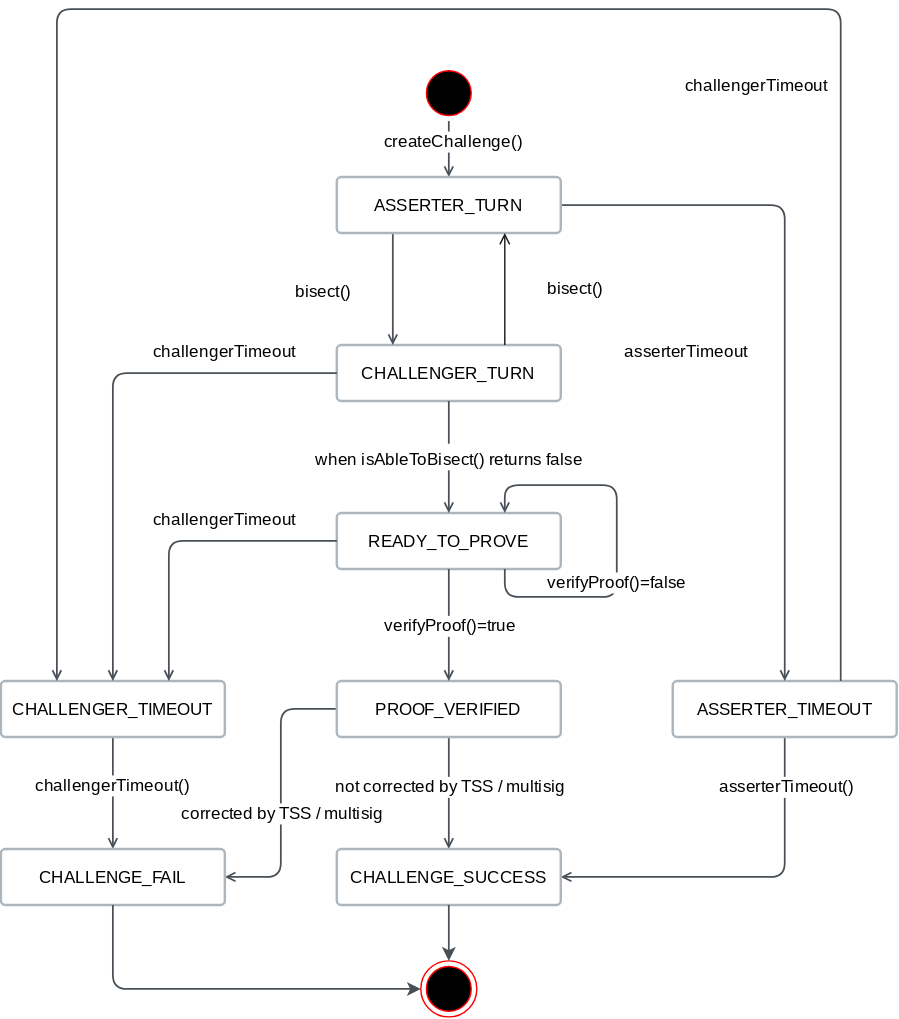
The draw.io diagram specs/assets/colosseum-state-diagram.svg in kroma-network/kroma, before a commit. Source tidied: cells renumbered, new cells last; positions are measured from the earlier drawing's top-left corner, leaving out a move shared by most shapes.
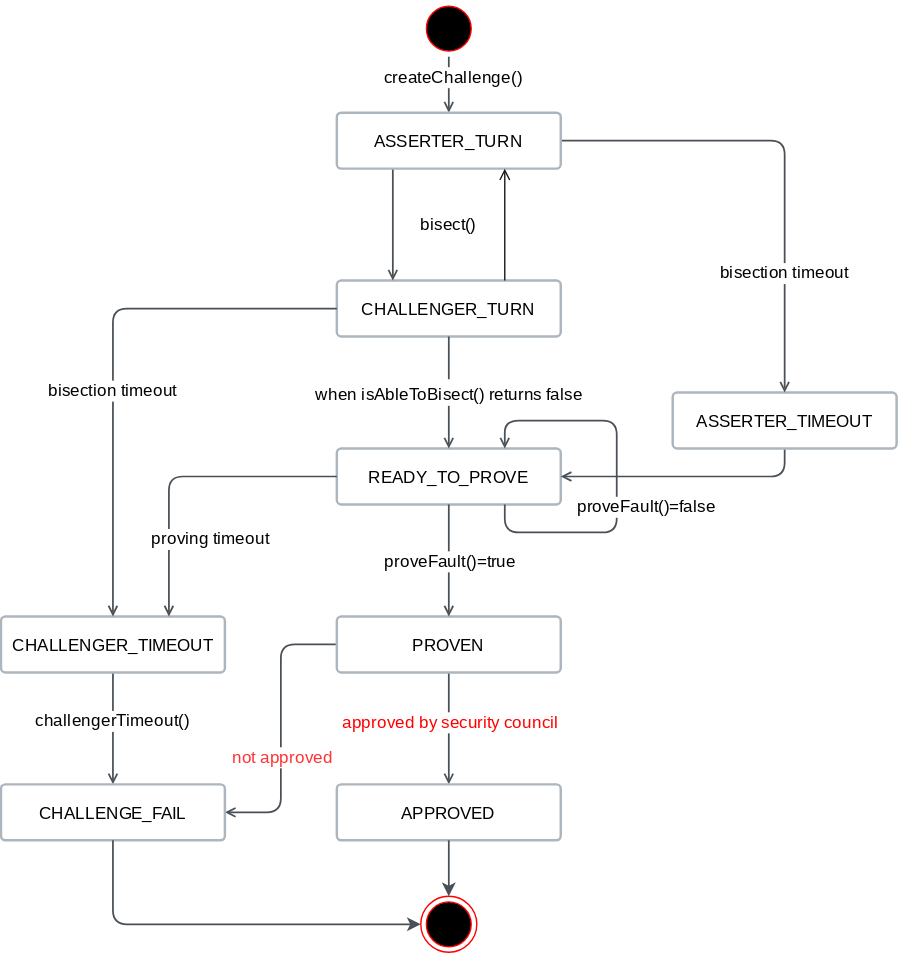
Above is the later version.

The edit, as a diff of the source:
```diff
@@ -8,7 +8,7 @@
     <mxCell id="3" style="edgeStyle=orthogonalEdgeStyle;rounded=1;jettySize=auto;html=1;exitX=0.5;exitY=1;exitDx=0;exitDy=0;fontSize=16;fontFamily=Inter;strokeColor=#495057;hachureGap=4;fontSource=https%3A%2F%2Ffonts.googleapis.com%2Fcss%3Ffamily%3DInter;sourcePerimeterSpacing=0;targetPerimeterSpacing=0;strokeWidth=1.25;endFill=0;endSize=5;startSize=5;startArrow=none;startFill=0;endArrow=open;shadow=0;" parent="1" edge="1" source="6" target="23">
       <mxGeometry relative="1" as="geometry" />
     </mxCell>
-    <mxCell id="4" value="&lt;span style=&quot;font-size: 12px;&quot;&gt;not corrected by TSS / multisig&lt;/span&gt;" style="edgeLabel;html=1;align=center;verticalAlign=middle;fontFamily=Inter;fontSource=https%3A%2F%2Ffonts.googleapis.com%2Fcss%3Ffamily%3DInter;" parent="3" vertex="1">
+    <mxCell id="4" value="&lt;span style=&quot;font-size: 12px;&quot;&gt;&lt;font color=&quot;#ff0000&quot;&gt;approved by security council&lt;/font&gt;&lt;/span&gt;" style="edgeLabel;html=1;align=center;verticalAlign=middle;fontFamily=Inter;fontSource=https%3A%2F%2Ffonts.googleapis.com%2Fcss%3Ffamily%3DInter;" parent="3" vertex="1">
       <mxGeometry x="-0.2" y="3" relative="1" as="geometry">
         <mxPoint x="-3" y="3" as="offset" />
       </mxGeometry>
@@ -16,7 +16,7 @@
     <mxCell id="5" style="edgeStyle=orthogonalEdgeStyle;rounded=1;hachureGap=4;jettySize=auto;html=1;entryX=1;entryY=0.5;entryDx=0;entryDy=0;fontFamily=Inter;fontSource=https%3A%2F%2Ffonts.googleapis.com%2Fcss%3Ffamily%3DInter;fontSize=16;endArrow=open;strokeColor=#495057;startSize=5;endSize=5;sourcePerimeterSpacing=0;targetPerimeterSpacing=0;strokeWidth=1.25;endFill=0;startArrow=none;startFill=0;shadow=0;" parent="1" edge="1" source="6" target="34">
       <mxGeometry relative="1" as="geometry" />
     </mxCell>
-    <mxCell id="6" value="&lt;p style=&quot;line-height: 100%; font-size: 12px;&quot;&gt;PROOF_VERIFIED&lt;br style=&quot;font-size: 12px;&quot;&gt;&lt;/p&gt;" style="rounded=1;whiteSpace=wrap;html=1;fontSize=12;fontFamily=Inter;fillColor=#FFFFFF;strokeColor=#ADB5BD;hachureGap=4;fontSource=https%3A%2F%2Ffonts.googleapis.com%2Fcss%3Ffamily%3DInter;arcSize=8;shadow=0;glass=0;spacing=0;strokeWidth=1.75;spacingTop=0;" parent="1" vertex="1">
+    <mxCell id="6" value="&lt;p style=&quot;line-height: 100%; font-size: 12px;&quot;&gt;PROVEN&lt;/p&gt;" style="rounded=1;whiteSpace=wrap;html=1;fontSize=12;fontFamily=Inter;fillColor=#FFFFFF;strokeColor=#ADB5BD;hachureGap=4;fontSource=https%3A%2F%2Ffonts.googleapis.com%2Fcss%3Ffamily%3DInter;arcSize=8;shadow=0;glass=0;spacing=0;strokeWidth=1.75;spacingTop=0;" parent="1" vertex="1">
       <mxGeometry x="240" y="480" width="160" height="40" as="geometry" />
     </mxCell>
     <mxCell id="7" style="edgeStyle=orthogonalEdgeStyle;rounded=1;jettySize=auto;html=1;exitX=0.5;exitY=1;exitDx=0;exitDy=0;fontSize=16;fontFamily=Inter;strokeColor=#495057;hachureGap=4;fontSource=https%3A%2F%2Ffonts.googleapis.com%2Fcss%3Ffamily%3DInter;sourcePerimeterSpacing=0;targetPerimeterSpacing=0;strokeWidth=1.25;endFill=0;endSize=5;startSize=5;startArrow=none;startFill=0;endArrow=open;shadow=0;" parent="1" edge="1" source="8">
@@ -39,19 +39,14 @@
     <mxCell id="12" style="edgeStyle=none;rounded=1;hachureGap=4;jettySize=auto;html=1;fontFamily=Inter;fontSource=https%3A%2F%2Ffonts.googleapis.com%2Fcss%3Ffamily%3DInter;fontSize=16;endArrow=open;startSize=5;endSize=5;sourcePerimeterSpacing=0;targetPerimeterSpacing=0;strokeWidth=1.25;endFill=0;strokeColor=#495057;startArrow=none;startFill=0;entryX=0.5;entryY=0;entryDx=0;entryDy=0;exitX=0.5;exitY=1;exitDx=0;exitDy=0;" parent="1" edge="1" source="2" target="6">
       <mxGeometry relative="1" as="geometry" />
     </mxCell>
-    <mxCell id="13" value="&lt;font style=&quot;font-size: 12px;&quot;&gt;verifyProof()=true&lt;/font&gt;" style="edgeLabel;html=1;align=center;verticalAlign=middle;fontFamily=Inter;fontSource=https%3A%2F%2Ffonts.googleapis.com%2Fcss%3Ffamily%3DInter;" parent="12" vertex="1">
+    <mxCell id="13" value="&lt;font style=&quot;font-size: 12px;&quot;&gt;proveFault()=true&lt;/font&gt;" style="edgeLabel;html=1;align=center;verticalAlign=middle;fontFamily=Inter;fontSource=https%3A%2F%2Ffonts.googleapis.com%2Fcss%3Ffamily%3DInter;" parent="12" vertex="1">
       <mxGeometry relative="1" as="geometry" />
     </mxCell>
-    <mxCell id="14" style="edgeStyle=orthogonalEdgeStyle;rounded=1;hachureGap=4;jettySize=auto;html=1;fontFamily=Inter;fontSource=https%3A%2F%2Ffonts.googleapis.com%2Fcss%3Ffamily%3DInter;fontSize=16;endArrow=open;startSize=5;endSize=5;sourcePerimeterSpacing=0;targetPerimeterSpacing=0;strokeWidth=1.25;endFill=0;strokeColor=#495057;startArrow=none;startFill=0;exitX=0.5;exitY=1;exitDx=0;exitDy=0;entryX=1;entryY=0.5;entryDx=0;entryDy=0;" parent="1" edge="1" source="25" target="23">
+    <mxCell id="14" style="edgeStyle=orthogonalEdgeStyle;rounded=1;hachureGap=4;jettySize=auto;html=1;fontFamily=Inter;fontSource=https%3A%2F%2Ffonts.googleapis.com%2Fcss%3Ffamily%3DInter;fontSize=16;endArrow=open;startSize=5;endSize=5;sourcePerimeterSpacing=0;targetPerimeterSpacing=0;strokeWidth=1.25;endFill=0;strokeColor=#495057;startArrow=none;startFill=0;exitX=0.5;exitY=1;exitDx=0;exitDy=0;entryX=1;entryY=0.5;entryDx=0;entryDy=0;" parent="1" edge="1" source="25" target="2">
       <mxGeometry relative="1" as="geometry" />
     </mxCell>
-    <mxCell id="15" value="&lt;font style=&quot;font-size: 12px;&quot;&gt;asserterTimeout()&lt;/font&gt;" style="edgeLabel;html=1;align=center;verticalAlign=middle;fontSize=12;fontFamily=Inter;fontSource=https%3A%2F%2Ffonts.googleapis.com%2Fcss%3Ffamily%3DInter;" parent="14" vertex="1">
-      <mxGeometry x="-0.53" y="-3" relative="1" as="geometry">
-        <mxPoint x="3" y="-26" as="offset" />
-      </mxGeometry>
-    </mxCell>
-    <mxCell id="16" value="&lt;font style=&quot;font-size: 12px;&quot;&gt;&lt;font&gt;challengerTimeout&lt;/font&gt;&lt;br&gt;&lt;/font&gt;" style="rounded=1;whiteSpace=wrap;html=1;fontSize=12;fontFamily=Inter;hachureGap=4;fontSource=https%3A%2F%2Ffonts.googleapis.com%2Fcss%3Ffamily%3DInter;arcSize=5;shadow=0;glass=0;spacing=0;strokeWidth=1.25;spacingTop=0;strokeColor=none;fillColor=none;labelBackgroundColor=default;" parent="1" vertex="1">
-      <mxGeometry x="100" y="350" width="120" height="30" as="geometry" />
+    <mxCell id="16" value="&lt;font style=&quot;font-size: 12px;&quot;&gt;&lt;font&gt;proving timeout&lt;/font&gt;&lt;br&gt;&lt;/font&gt;" style="rounded=1;whiteSpace=wrap;html=1;fontSize=12;fontFamily=Inter;hachureGap=4;fontSource=https%3A%2F%2Ffonts.googleapis.com%2Fcss%3Ffamily%3DInter;arcSize=5;shadow=0;glass=0;spacing=0;strokeWidth=1.25;spacingTop=0;strokeColor=none;fillColor=none;labelBackgroundColor=default;" parent="1" vertex="1">
+      <mxGeometry x="90" y="410" width="120" height="30" as="geometry" />
     </mxCell>
     <mxCell id="17" style="edgeStyle=orthogonalEdgeStyle;rounded=1;hachureGap=4;orthogonalLoop=1;jettySize=auto;html=1;fontFamily=Inter;fontSource=https%3A%2F%2Ffonts.googleapis.com%2Fcss%3Ffamily%3DInter;fontSize=16;endArrow=open;startSize=5;endSize=5;sourcePerimeterSpacing=0;targetPerimeterSpacing=0;strokeWidth=1.25;endFill=0;strokeColor=#495057;startArrow=none;startFill=0;exitX=0.75;exitY=1;exitDx=0;exitDy=0;entryX=0.75;entryY=0;entryDx=0;entryDy=0;" parent="1" edge="1" source="2" target="2">
       <mxGeometry relative="1" as="geometry">
@@ -63,8 +58,10 @@
         </Array>
       </mxGeometry>
     </mxCell>
-    <mxCell id="18" value="&lt;font style=&quot;font-size: 12px;&quot;&gt;verifyProof()=false&lt;/font&gt;" style="edgeLabel;html=1;align=center;verticalAlign=middle;fontFamily=Inter;fontSource=https%3A%2F%2Ffonts.googleapis.com%2Fcss%3Ffamily%3DInter;" parent="17" vertex="1">
-      <mxGeometry x="-0.2" y="1" relative="1" as="geometry" />
+    <mxCell id="18" value="&lt;font style=&quot;font-size: 12px;&quot;&gt;proveFault()=false&lt;/font&gt;" style="edgeLabel;html=1;align=center;verticalAlign=middle;fontFamily=Inter;fontSource=https%3A%2F%2Ffonts.googleapis.com%2Fcss%3Ffamily%3DInter;" parent="17" vertex="1">
+      <mxGeometry x="-0.2" y="1" relative="1" as="geometry">
+        <mxPoint x="21" y="-8" as="offset" />
+      </mxGeometry>
     </mxCell>
     <mxCell id="19" style="ellipse;html=1;shape=startState;fillColor=#000000;strokeColor=#ff0000;fontFamily=Inter;fontSource=https%3A%2F%2Ffonts.googleapis.com%2Fcss%3Ffamily%3DInter;" parent="1" vertex="1">
       <mxGeometry x="300" y="40" width="40" height="40" as="geometry" />
@@ -78,14 +75,14 @@
     <mxCell id="22" style="ellipse;html=1;shape=endState;fillColor=#000000;strokeColor=#ff0000;fontFamily=Inter;fontSource=https%3A%2F%2Ffonts.googleapis.com%2Fcss%3Ffamily%3DInter;" parent="1" vertex="1">
       <mxGeometry x="300" y="680" width="40" height="40" as="geometry" />
     </mxCell>
-    <mxCell id="23" value="&lt;p style=&quot;line-height: 100%; font-size: 12px;&quot;&gt;CHALLENGE_SUCCESS&lt;br style=&quot;font-size: 12px;&quot;&gt;&lt;/p&gt;" style="rounded=1;whiteSpace=wrap;html=1;fontSize=12;fontFamily=Inter;fillColor=#FFFFFF;strokeColor=#ADB5BD;hachureGap=4;fontSource=https%3A%2F%2Ffonts.googleapis.com%2Fcss%3Ffamily%3DInter;arcSize=8;shadow=0;glass=0;spacing=0;strokeWidth=1.75;spacingTop=0;" parent="1" vertex="1">
+    <mxCell id="23" value="&lt;p style=&quot;line-height: 100%; font-size: 12px;&quot;&gt;APPROVED&lt;br style=&quot;font-size: 12px;&quot;&gt;&lt;/p&gt;" style="rounded=1;whiteSpace=wrap;html=1;fontSize=12;fontFamily=Inter;fillColor=#FFFFFF;strokeColor=#ADB5BD;hachureGap=4;fontSource=https%3A%2F%2Ffonts.googleapis.com%2Fcss%3Ffamily%3DInter;arcSize=8;shadow=0;glass=0;spacing=0;strokeWidth=1.75;spacingTop=0;" parent="1" vertex="1">
       <mxGeometry x="240" y="600" width="160" height="40" as="geometry" />
     </mxCell>
     <mxCell id="24" style="edgeStyle=orthogonalEdgeStyle;rounded=0;jettySize=auto;html=1;entryX=0.5;entryY=0;entryDx=0;entryDy=0;exitX=0.5;exitY=1;exitDx=0;exitDy=0;strokeColor=#495057;fontSize=16;fontFamily=Inter;hachureGap=4;fontSource=https%3A%2F%2Ffonts.googleapis.com%2Fcss%3Ffamily%3DInter;sourcePerimeterSpacing=0;targetPerimeterSpacing=0;strokeWidth=1.25;endFill=1;endSize=6;startSize=6;startArrow=none;startFill=0;" parent="1" edge="1" source="23" target="22">
       <mxGeometry relative="1" as="geometry" />
     </mxCell>
     <mxCell id="25" value="&lt;p style=&quot;line-height: 100%; font-size: 12px;&quot;&gt;ASSERTER_TIMEOUT&lt;/p&gt;" style="rounded=1;whiteSpace=wrap;html=1;fontSize=12;fontFamily=Inter;fillColor=#FFFFFF;strokeColor=#ADB5BD;hachureGap=4;fontSource=https%3A%2F%2Ffonts.googleapis.com%2Fcss%3Ffamily%3DInter;arcSize=8;shadow=0;glass=0;spacing=0;strokeWidth=1.75;spacingTop=0;" parent="1" vertex="1">
-      <mxGeometry x="480" y="480" width="160" height="40" as="geometry" />
+      <mxGeometry x="480" y="320" width="160" height="40" as="geometry" />
     </mxCell>
     <mxCell id="26" style="edgeStyle=orthogonalEdgeStyle;rounded=1;hachureGap=4;jettySize=auto;html=1;fontFamily=Inter;fontSource=https%3A%2F%2Ffonts.googleapis.com%2Fcss%3Ffamily%3DInter;fontSize=16;endArrow=open;startSize=5;endSize=5;sourcePerimeterSpacing=0;targetPerimeterSpacing=0;strokeWidth=1.25;endFill=0;strokeColor=#495057;startArrow=none;startFill=0;exitX=1;exitY=0.5;exitDx=0;exitDy=0;entryX=0.5;entryY=0;entryDx=0;entryDy=0;" parent="1" edge="1" source="32" target="25">
       <mxGeometry relative="1" as="geometry">
@@ -97,28 +94,17 @@
     <mxCell id="27" value="&lt;font style=&quot;font-size: 12px;&quot;&gt;&lt;font&gt;challengerTimeout()&lt;/font&gt;&lt;br&gt;&lt;/font&gt;" style="rounded=1;whiteSpace=wrap;html=1;fontSize=12;fontFamily=Inter;hachureGap=4;fontSource=https%3A%2F%2Ffonts.googleapis.com%2Fcss%3Ffamily%3DInter;arcSize=5;shadow=0;glass=0;spacing=0;strokeWidth=1.25;spacingTop=0;strokeColor=none;fillColor=none;labelBackgroundColor=default;" parent="1" vertex="1">
       <mxGeometry x="20" y="540" width="120" height="30" as="geometry" />
     </mxCell>
-    <mxCell id="28" value="&lt;font style=&quot;font-size: 12px;&quot;&gt;&lt;font&gt;asserterTimeout&lt;/font&gt;&lt;br&gt;&lt;/font&gt;" style="rounded=1;whiteSpace=wrap;html=1;fontSize=12;fontFamily=Inter;hachureGap=4;fontSource=https%3A%2F%2Ffonts.googleapis.com%2Fcss%3Ffamily%3DInter;arcSize=5;shadow=0;glass=0;spacing=0;strokeWidth=1.25;spacingTop=0;strokeColor=none;fillColor=none;labelBackgroundColor=default;" parent="1" vertex="1">
-      <mxGeometry x="430" y="230" width="120" height="30" as="geometry" />
+    <mxCell id="28" value="&lt;font style=&quot;font-size: 12px;&quot;&gt;&lt;font&gt;bisection timeout&lt;/font&gt;&lt;br&gt;&lt;/font&gt;" style="rounded=1;whiteSpace=wrap;html=1;fontSize=12;fontFamily=Inter;hachureGap=4;fontSource=https%3A%2F%2Ffonts.googleapis.com%2Fcss%3Ffamily%3DInter;arcSize=5;shadow=0;glass=0;spacing=0;strokeWidth=1.25;spacingTop=0;strokeColor=none;fillColor=none;labelBackgroundColor=default;" parent="1" vertex="1">
+      <mxGeometry x="500" y="220" width="120" height="30" as="geometry" />
     </mxCell>
-    <mxCell id="29" style="edgeStyle=orthogonalEdgeStyle;rounded=1;hachureGap=4;jettySize=auto;html=1;fontFamily=Inter;fontSource=https%3A%2F%2Ffonts.googleapis.com%2Fcss%3Ffamily%3DInter;fontSize=16;endArrow=open;startSize=5;endSize=5;sourcePerimeterSpacing=0;targetPerimeterSpacing=0;strokeWidth=1.25;endFill=0;strokeColor=#495057;startArrow=none;startFill=0;exitX=0.75;exitY=0;exitDx=0;exitDy=0;entryX=0.25;entryY=0;entryDx=0;entryDy=0;" parent="1" edge="1" source="25" target="8">
-      <mxGeometry relative="1" as="geometry">
-        <Array as="points">
-          <mxPoint x="600" />
-          <mxPoint x="40" />
-        </Array>
-      </mxGeometry>
-    </mxCell>
-    <mxCell id="30" value="&lt;font style=&quot;font-size: 12px;&quot;&gt;&lt;font&gt;challengerTimeout&lt;/font&gt;&lt;br&gt;&lt;/font&gt;" style="rounded=1;whiteSpace=wrap;html=1;fontSize=12;fontFamily=Inter;hachureGap=4;fontSource=https%3A%2F%2Ffonts.googleapis.com%2Fcss%3Ffamily%3DInter;arcSize=5;shadow=0;glass=0;spacing=0;strokeWidth=1.25;spacingTop=0;strokeColor=none;fillColor=none;labelBackgroundColor=default;" parent="1" vertex="1">
-      <mxGeometry x="480" y="40" width="120" height="30" as="geometry" />
-    </mxCell>
-    <mxCell id="31" value="&lt;font style=&quot;font-size: 12px;&quot;&gt;bisect()&lt;/font&gt;" style="edgeStyle=orthogonalEdgeStyle;rounded=1;jettySize=auto;html=1;exitX=0.25;exitY=1;exitDx=0;exitDy=0;entryX=0.25;entryY=0;entryDx=0;entryDy=0;endArrow=open;endFill=0;fontFamily=Inter;fontSource=https%3A%2F%2Ffonts.googleapis.com%2Fcss%3Ffamily%3DInter;fontSize=16;strokeColor=#495057;hachureGap=4;startSize=5;endSize=5;sourcePerimeterSpacing=0;targetPerimeterSpacing=0;strokeWidth=1.25;startArrow=none;startFill=0;shadow=0;" parent="1" edge="1" source="32" target="10">
-      <mxGeometry y="-50" relative="1" as="geometry" />
+    <mxCell id="31" style="edgeStyle=orthogonalEdgeStyle;rounded=1;jettySize=auto;html=1;exitX=0.25;exitY=1;exitDx=0;exitDy=0;entryX=0.25;entryY=0;entryDx=0;entryDy=0;endArrow=open;endFill=0;fontFamily=Inter;fontSource=https%3A%2F%2Ffonts.googleapis.com%2Fcss%3Ffamily%3DInter;fontSize=16;strokeColor=#495057;hachureGap=4;startSize=5;endSize=5;sourcePerimeterSpacing=0;targetPerimeterSpacing=0;strokeWidth=1.25;startArrow=none;startFill=0;shadow=0;" parent="1" edge="1" source="32" target="10">
+      <mxGeometry relative="1" as="geometry" />
     </mxCell>
     <mxCell id="32" value="&lt;p style=&quot;line-height: 100%; font-size: 12px;&quot;&gt;ASSERTER_TURN&lt;br style=&quot;font-size: 12px;&quot;&gt;&lt;/p&gt;" style="rounded=1;whiteSpace=wrap;html=1;fontSize=12;fontFamily=Inter;fillColor=#FFFFFF;strokeColor=#ADB5BD;hachureGap=4;fontSource=https%3A%2F%2Ffonts.googleapis.com%2Fcss%3Ffamily%3DInter;arcSize=8;shadow=0;glass=0;spacing=0;strokeWidth=1.75;spacingTop=0;flipV=1;" parent="1" vertex="1">
       <mxGeometry x="240" y="120" width="160" height="40" as="geometry" />
     </mxCell>
-    <mxCell id="33" value="bisect()" style="edgeStyle=orthogonalEdgeStyle;rounded=1;jettySize=auto;html=1;exitX=0.75;exitY=0;exitDx=0;exitDy=0;entryX=0.75;entryY=1;entryDx=0;entryDy=0;endArrow=open;endFill=0;fontFamily=Inter;fontSource=https%3A%2F%2Ffonts.googleapis.com%2Fcss%3Ffamily%3DInter;fontSize=12;strokeColor=#191919;" parent="1" edge="1" source="10" target="32">
-      <mxGeometry y="-50" relative="1" as="geometry" />
+    <mxCell id="33" style="edgeStyle=orthogonalEdgeStyle;rounded=1;jettySize=auto;html=1;exitX=0.75;exitY=0;exitDx=0;exitDy=0;entryX=0.75;entryY=1;entryDx=0;entryDy=0;endArrow=open;endFill=0;fontFamily=Inter;fontSource=https%3A%2F%2Ffonts.googleapis.com%2Fcss%3Ffamily%3DInter;fontSize=12;strokeColor=#191919;" parent="1" edge="1" source="10" target="32">
+      <mxGeometry relative="1" as="geometry" />
     </mxCell>
     <mxCell id="34" value="&lt;p style=&quot;line-height: 100%; font-size: 12px;&quot;&gt;CHALLENGE_FAIL&lt;br style=&quot;font-size: 12px;&quot;&gt;&lt;/p&gt;" style="rounded=1;whiteSpace=wrap;html=1;fontSize=12;fontFamily=Inter;fillColor=#FFFFFF;strokeColor=#ADB5BD;hachureGap=4;fontSource=https%3A%2F%2Ffonts.googleapis.com%2Fcss%3Ffamily%3DInter;arcSize=8;shadow=0;glass=0;spacing=0;strokeWidth=1.75;spacingTop=0;" parent="1" vertex="1">
       <mxGeometry y="600" width="160" height="40" as="geometry" />
@@ -129,11 +115,14 @@
     <mxCell id="36" style="edgeStyle=orthogonalEdgeStyle;rounded=1;jettySize=auto;html=1;endArrow=open;fontSize=16;fontFamily=Inter;strokeColor=#495057;hachureGap=4;fontSource=https%3A%2F%2Ffonts.googleapis.com%2Fcss%3Ffamily%3DInter;startSize=5;endSize=5;sourcePerimeterSpacing=0;targetPerimeterSpacing=0;strokeWidth=1.25;endFill=0;startArrow=none;startFill=0;exitX=0;exitY=0.5;exitDx=0;exitDy=0;" parent="1" edge="1" source="10" target="8">
       <mxGeometry relative="1" as="geometry" />
     </mxCell>
-    <mxCell id="37" value="&lt;font style=&quot;font-size: 12px;&quot;&gt;&lt;font&gt;challengerTimeout&lt;/font&gt;&lt;br&gt;&lt;/font&gt;" style="rounded=1;whiteSpace=wrap;html=1;fontSize=12;fontFamily=Inter;hachureGap=4;fontSource=https%3A%2F%2Ffonts.googleapis.com%2Fcss%3Ffamily%3DInter;arcSize=5;shadow=0;glass=0;spacing=0;strokeWidth=1.25;spacingTop=0;strokeColor=none;fillColor=none;labelBackgroundColor=default;" parent="1" vertex="1">
-      <mxGeometry x="100" y="230" width="120" height="30" as="geometry" />
+    <mxCell id="37" value="&lt;font style=&quot;font-size: 12px;&quot;&gt;&lt;font&gt;bisection timeout&lt;/font&gt;&lt;br&gt;&lt;/font&gt;" style="rounded=1;whiteSpace=wrap;html=1;fontSize=12;fontFamily=Inter;hachureGap=4;fontSource=https%3A%2F%2Ffonts.googleapis.com%2Fcss%3Ffamily%3DInter;arcSize=5;shadow=0;glass=0;spacing=0;strokeWidth=1.25;spacingTop=0;strokeColor=none;fillColor=none;labelBackgroundColor=default;" parent="1" vertex="1">
+      <mxGeometry x="20" y="304" width="120" height="30" as="geometry" />
     </mxCell>
-    <mxCell id="38" value="&lt;span style=&quot;font-size: 12px;&quot;&gt;corrected by TSS / multisig&lt;/span&gt;" style="edgeLabel;html=1;align=center;verticalAlign=middle;fontFamily=Inter;fontSource=https%3A%2F%2Ffonts.googleapis.com%2Fcss%3Ffamily%3DInter;" parent="1" vertex="1">
-      <mxGeometry x="200" y="574" as="geometry" />
+    <mxCell id="38" value="&lt;span style=&quot;font-size: 12px;&quot;&gt;&lt;font color=&quot;#ff3333&quot;&gt;not approved&lt;/font&gt;&lt;/span&gt;" style="edgeLabel;html=1;align=center;verticalAlign=middle;fontFamily=Inter;fontSource=https%3A%2F%2Ffonts.googleapis.com%2Fcss%3Ffamily%3DInter;" parent="1" vertex="1">
+      <mxGeometry x="200" y="580" as="geometry" />
     </mxCell>
+    <mxCell id="39" value="&lt;font style=&quot;font-size: 12px;&quot;&gt;&lt;font&gt;bisect()&lt;/font&gt;&lt;br&gt;&lt;/font&gt;" style="rounded=1;whiteSpace=wrap;html=1;fontSize=12;fontFamily=Inter;hachureGap=4;fontSource=https%3A%2F%2Ffonts.googleapis.com%2Fcss%3Ffamily%3DInter;arcSize=5;shadow=0;glass=0;spacing=0;strokeWidth=1.25;spacingTop=0;strokeColor=none;fillColor=none;labelBackgroundColor=default;" parent="1" vertex="1">
+      <mxGeometry x="295" y="190" width="50" height="20" as="geometry" />
+    </mxCell>
   </root>
 </mxGraphModel>
```
